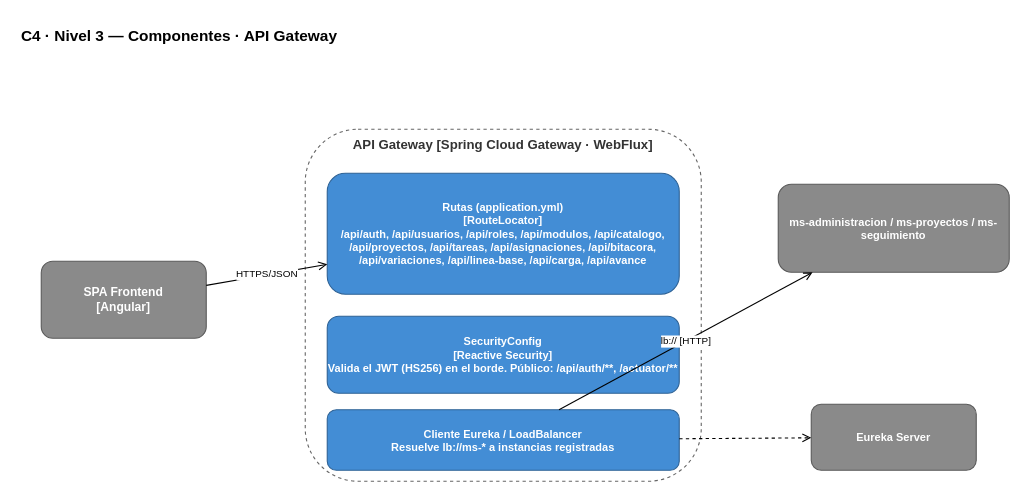
tfm-missi-2026/orquestacion keeps this draw.io diagram as page "3. Comp · API Gateway" (3 of 7) of Docs/C4_Model/SPSRT_C4.drawio. Above is the earlier version. Source tidied: cells renumbered, new cells numbered last; positions are measured from the earlier drawing's top-left corner, leaving out a move shared by most shapes. Both pictures are drawn from the tidied source at 110%, with x=0, y=0 at pixel (19, 19).
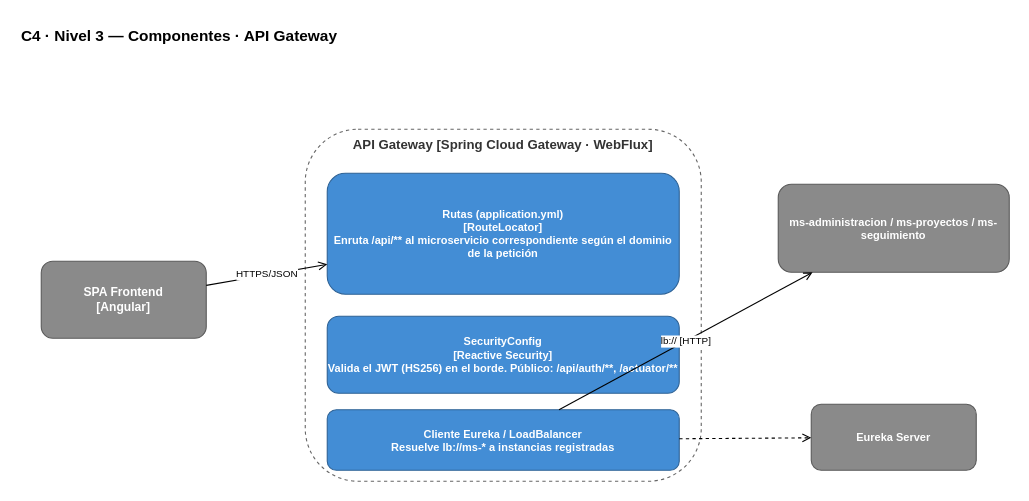
The same page after the edit.

Diff of the diagram source:
```diff
@@
 <mxGraphModel>
   <root>
     <mxCell id="0" />
     <mxCell id="1" parent="0" />
     <mxCell id="2" value="C4 · Nivel 3 — Componentes · API Gateway" style="text;html=1;strokeColor=none;fillColor=none;align=left;fontStyle=1;fontSize=14;" parent="1" vertex="1">
       <mxGeometry width="500" height="24" as="geometry" />
     </mxCell>
     <mxCell id="3" value="SPA Frontend&lt;br&gt;[Angular]" style="rounded=1;whiteSpace=wrap;html=1;fillColor=#8A8A8A;strokeColor=#5A5A5A;fontColor=#FFFFFF;fontStyle=1;fontSize=11;" parent="1" vertex="1">
       <mxGeometry x="20" y="220" width="150" height="70" as="geometry" />
     </mxCell>
     <mxCell id="4" value="API Gateway [Spring Cloud Gateway · WebFlux]" style="rounded=1;whiteSpace=wrap;html=1;dashed=1;fillColor=none;strokeColor=#666;verticalAlign=top;fontSize=12;fontStyle=1;fontColor=#333;" parent="1" vertex="1">
       <mxGeometry x="260" y="100" width="360" height="320" as="geometry" />
     </mxCell>
-    <mxCell id="5" value="Rutas (application.yml)&lt;br&gt;[RouteLocator]&lt;br&gt;/api/auth, /api/usuarios, /api/roles, /api/modulos, /api/catalogo, /api/proyectos, /api/tareas, /api/asignaciones, /api/bitacora, /api/variaciones, /api/linea-base, /api/carga, /api/avance" style="rounded=1;whiteSpace=wrap;html=1;fillColor=#438DD5;strokeColor=#2E6295;fontColor=#FFFFFF;fontStyle=1;fontSize=10;" parent="1" vertex="1">
+    <mxCell id="5" value="Rutas (application.yml)&lt;br&gt;[RouteLocator]&lt;br&gt;Enruta /api/** al microservicio correspondiente según el dominio de la petición" style="rounded=1;whiteSpace=wrap;html=1;fillColor=#438DD5;strokeColor=#2E6295;fontColor=#FFFFFF;fontStyle=1;fontSize=10;" parent="1" vertex="1">
       <mxGeometry x="280" y="140" width="320" height="110" as="geometry" />
     </mxCell>
     <mxCell id="6" value="SecurityConfig&lt;br&gt;[Reactive Security]&lt;br&gt;Valida el JWT (HS256) en el borde. Público: /api/auth/**, /actuator/**" style="rounded=1;whiteSpace=wrap;html=1;fillColor=#438DD5;strokeColor=#2E6295;fontColor=#FFFFFF;fontStyle=1;fontSize=10;" parent="1" vertex="1">
       <mxGeometry x="280" y="270" width="320" height="70" as="geometry" />
     </mxCell>
     <mxCell id="7" value="Cliente Eureka / LoadBalancer&lt;br&gt;Resuelve lb://ms-* a instancias registradas" style="rounded=1;whiteSpace=wrap;html=1;fillColor=#438DD5;strokeColor=#2E6295;fontColor=#FFFFFF;fontStyle=1;fontSize=10;" parent="1" vertex="1">
       <mxGeometry x="280" y="355" width="320" height="55" as="geometry" />
     </mxCell>
     <mxCell id="8" value="ms-administracion / ms-proyectos / ms-seguimiento" style="rounded=1;whiteSpace=wrap;html=1;fillColor=#8A8A8A;strokeColor=#5A5A5A;fontColor=#FFFFFF;fontStyle=1;fontSize=10;" parent="1" vertex="1">
       <mxGeometry x="690" y="150" width="210" height="80" as="geometry" />
     </mxCell>
     <mxCell id="9" value="Eureka Server" style="rounded=1;whiteSpace=wrap;html=1;fillColor=#8A8A8A;strokeColor=#5A5A5A;fontColor=#FFFFFF;fontStyle=1;fontSize=10;" parent="1" vertex="1">
       <mxGeometry x="720" y="350" width="150" height="60" as="geometry" />
     </mxCell>
     <mxCell id="10" value="HTTPS/JSON" style="endArrow=open;html=1;fontSize=9;" parent="1" edge="1" source="3" target="5">
       <mxGeometry relative="1" as="geometry" />
     </mxCell>
     <mxCell id="11" value="lb:// [HTTP]" style="endArrow=open;html=1;fontSize=9;" parent="1" edge="1" source="7" target="8">
       <mxGeometry relative="1" as="geometry" />
     </mxCell>
     <mxCell id="12" style="endArrow=open;html=1;fontSize=9;dashed=1;" parent="1" edge="1" source="7" target="9">
       <mxGeometry relative="1" as="geometry" />
     </mxCell>
   </root>
 </mxGraphModel>
```
